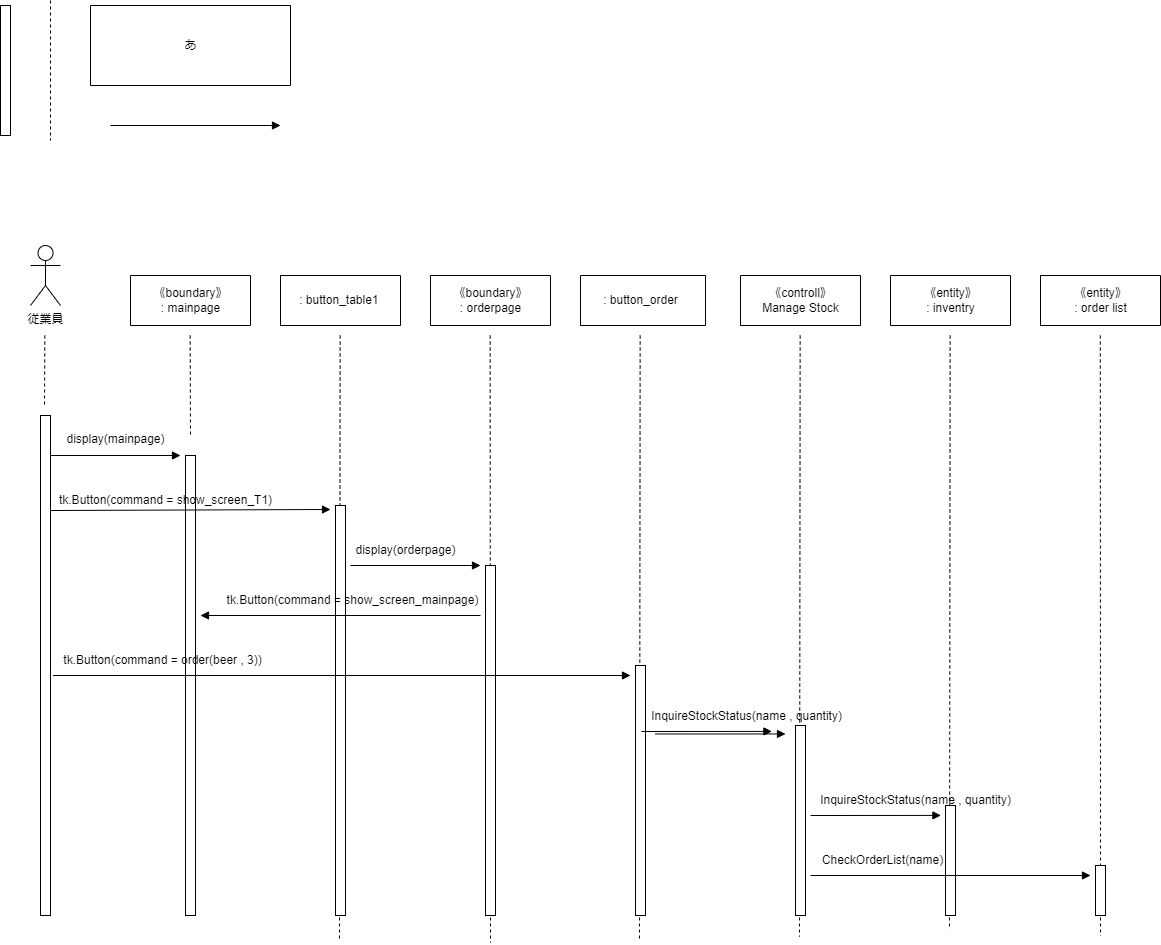
The draw.io diagram psp4/シーケンス図/シーケンス図_オーダー.drawio.png in MasakiHiguchi/---, before a commit. Source tidied: cells renumbered, new cells last; positions are measured from the earlier drawing's top-left corner, leaving out a move shared by most shapes.
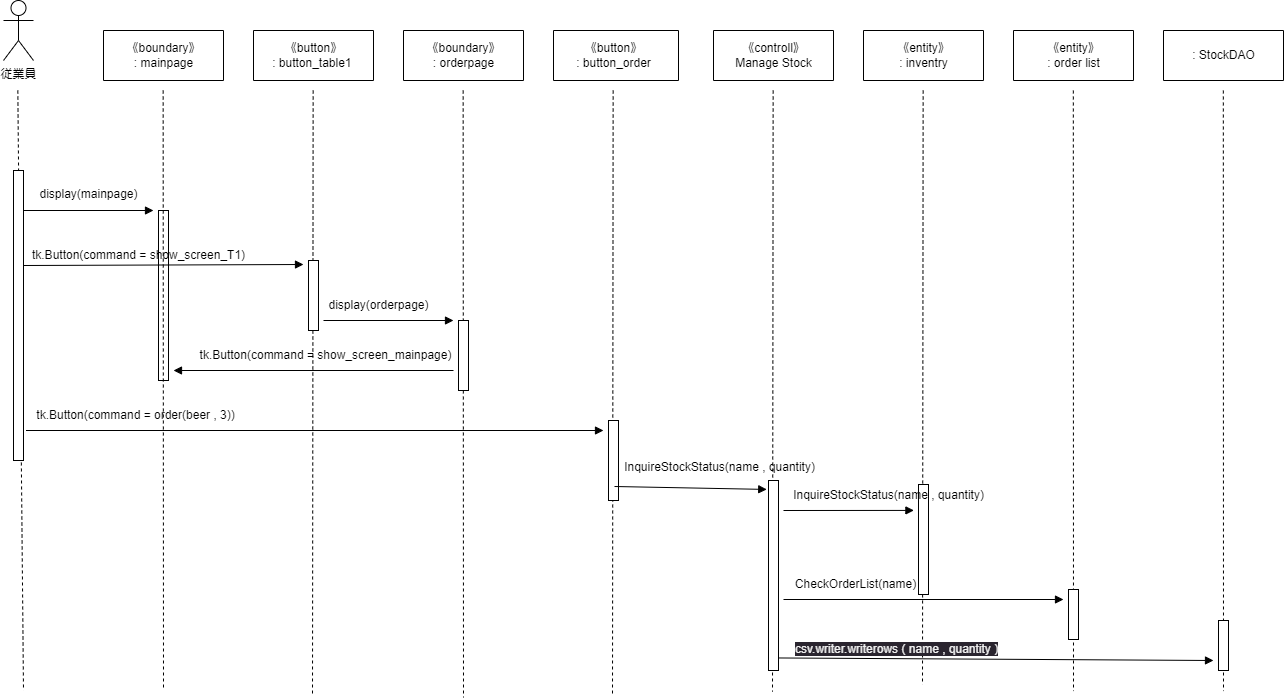
The same file after the commit.

Change to the diagram source:
```diff
@@ -2,38 +2,17 @@
   <root>
     <mxCell id="0" />
     <mxCell id="1" parent="0" />
-    <mxCell id="2" style="edgeStyle=none;html=1;endArrow=none;endFill=0;dashed=1;" parent="1" edge="1">
-      <mxGeometry relative="1" as="geometry">
-        <mxPoint x="50" as="sourcePoint" />
-        <mxPoint x="50" y="140" as="targetPoint" />
-      </mxGeometry>
-    </mxCell>
-    <mxCell id="3" style="edgeStyle=none;html=1;endArrow=block;endFill=1;" parent="1" edge="1">
-      <mxGeometry relative="1" as="geometry">
-        <mxPoint x="110" y="125" as="sourcePoint" />
-        <mxPoint x="280" y="125" as="targetPoint" />
-      </mxGeometry>
-    </mxCell>
-    <mxCell id="4" style="rounded=0;whiteSpace=wrap;html=1;" parent="1" vertex="1">
-      <mxGeometry y="5" width="10" height="130" as="geometry" />
-    </mxCell>
     <mxCell id="5" value="従業員" style="shape=umlActor;verticalLabelPosition=bottom;verticalAlign=top;html=1;" parent="1" vertex="1">
       <mxGeometry x="30" y="245" width="30" height="60" as="geometry" />
     </mxCell>
-    <mxCell id="6" style="swimlane;startSize=0;" parent="1" vertex="1">
-      <mxGeometry x="90" y="5" width="200" height="80" as="geometry" />
-    </mxCell>
-    <mxCell id="7" value="あ" style="text;html=1;align=center;verticalAlign=middle;strokeColor=none;fillColor=none;" parent="6" vertex="1">
-      <mxGeometry x="80" y="25" width="40" height="30" as="geometry" />
-    </mxCell>
     <mxCell id="8" style="edgeStyle=none;html=1;endArrow=none;endFill=0;dashed=1;" parent="1" edge="1">
       <mxGeometry relative="1" as="geometry">
         <mxPoint x="44.3" y="335" as="sourcePoint" />
-        <mxPoint x="44" y="405" as="targetPoint" />
+        <mxPoint x="50" y="935" as="targetPoint" />
       </mxGeometry>
     </mxCell>
     <mxCell id="9" style="rounded=0;whiteSpace=wrap;html=1;" parent="1" vertex="1">
-      <mxGeometry x="40" y="415" width="10" height="500" as="geometry" />
+      <mxGeometry x="40" y="415" width="10" height="290" as="geometry" />
     </mxCell>
     <mxCell id="10" style="swimlane;startSize=0;" parent="1" vertex="1">
       <mxGeometry x="130" y="275" width="120" height="50" as="geometry" />
@@ -48,12 +27,12 @@
       </mxGeometry>
     </mxCell>
     <mxCell id="13" style="rounded=0;whiteSpace=wrap;html=1;" parent="1" vertex="1">
-      <mxGeometry x="185" y="455" width="10" height="460" as="geometry" />
+      <mxGeometry x="185" y="455" width="10" height="170" as="geometry" />
     </mxCell>
     <mxCell id="14" style="edgeStyle=none;html=1;endArrow=none;endFill=0;dashed=1;" parent="1" edge="1">
       <mxGeometry relative="1" as="geometry">
         <mxPoint x="189.7" y="335" as="sourcePoint" />
-        <mxPoint x="190" y="435" as="targetPoint" />
+        <mxPoint x="190" y="935" as="targetPoint" />
       </mxGeometry>
     </mxCell>
     <mxCell id="15" style="swimlane;startSize=0;" parent="1" vertex="1">
@@ -69,13 +48,13 @@
       </mxGeometry>
     </mxCell>
     <mxCell id="18" style="rounded=0;whiteSpace=wrap;html=1;" parent="1" vertex="1">
-      <mxGeometry x="335" y="505" width="10" height="410" as="geometry" />
+      <mxGeometry x="335" y="505" width="10" height="70" as="geometry" />
     </mxCell>
     <mxCell id="19" style="swimlane;startSize=0;" parent="1" vertex="1">
       <mxGeometry x="280" y="275" width="120" height="50" as="geometry" />
     </mxCell>
-    <mxCell id="20" value=": button_table1&amp;nbsp;" style="text;html=1;align=center;verticalAlign=middle;strokeColor=none;fillColor=none;" parent="19" vertex="1">
-      <mxGeometry x="5" y="10" width="110" height="30" as="geometry" />
+    <mxCell id="20" value="《button》&lt;br&gt;: button_table1&amp;nbsp;" style="text;html=1;align=center;verticalAlign=middle;strokeColor=none;fillColor=none;" parent="19" vertex="1">
+      <mxGeometry x="5" y="5" width="110" height="40" as="geometry" />
     </mxCell>
     <mxCell id="21" style="edgeStyle=none;html=1;endArrow=none;endFill=0;dashed=1;" parent="1" edge="1">
       <mxGeometry relative="1" as="geometry">
@@ -84,7 +63,7 @@
       </mxGeometry>
     </mxCell>
     <mxCell id="22" style="rounded=0;whiteSpace=wrap;html=1;" parent="1" vertex="1">
-      <mxGeometry x="485" y="565" width="10" height="350" as="geometry" />
+      <mxGeometry x="485" y="565" width="10" height="70" as="geometry" />
     </mxCell>
     <mxCell id="23" value="display(mainpage)" style="text;html=1;align=center;verticalAlign=middle;strokeColor=none;fillColor=none;" parent="1" vertex="1">
       <mxGeometry x="55" y="424" width="120" height="30" as="geometry" />
@@ -132,7 +111,7 @@
       </mxGeometry>
     </mxCell>
     <mxCell id="34" style="rounded=0;whiteSpace=wrap;html=1;" parent="1" vertex="1">
-      <mxGeometry x="945" y="805" width="10" height="110" as="geometry" />
+      <mxGeometry x="945" y="729" width="10" height="110" as="geometry" />
     </mxCell>
     <mxCell id="35" style="edgeStyle=none;html=1;endArrow=none;endFill=0;dashed=1;" parent="1" edge="1">
       <mxGeometry relative="1" as="geometry">
@@ -141,7 +120,7 @@
       </mxGeometry>
     </mxCell>
     <mxCell id="36" style="rounded=0;whiteSpace=wrap;html=1;" parent="1" vertex="1">
-      <mxGeometry x="1095" y="865" width="10" height="50" as="geometry" />
+      <mxGeometry x="1095" y="834" width="10" height="50" as="geometry" />
     </mxCell>
     <mxCell id="37" style="swimlane;startSize=0;" parent="1" vertex="1">
       <mxGeometry x="890" y="275" width="120" height="50" as="geometry" />
@@ -172,17 +151,17 @@
     </mxCell>
     <mxCell id="44" style="edgeStyle=none;html=1;endArrow=block;endFill=1;entryX=0.621;entryY=0.997;entryDx=0;entryDy=0;entryPerimeter=0;" parent="1" edge="1" target="45">
       <mxGeometry relative="1" as="geometry">
-        <mxPoint x="810" y="815" as="sourcePoint" />
+        <mxPoint x="810" y="755" as="sourcePoint" />
       </mxGeometry>
     </mxCell>
     <mxCell id="45" value="InquireStockStatus(name , quantity)" style="text;html=1;align=center;verticalAlign=middle;points=[];strokeColor=none;fillColor=none;" parent="1" vertex="1">
-      <mxGeometry x="810" y="785" width="210" height="30" as="geometry" />
+      <mxGeometry x="810" y="725" width="210" height="30" as="geometry" />
     </mxCell>
     <mxCell id="46" style="swimlane;startSize=0;" parent="1" vertex="1">
       <mxGeometry x="580" y="275" width="125" height="50" as="geometry" />
     </mxCell>
-    <mxCell id="47" value=": button_order" style="text;html=1;align=center;verticalAlign=middle;strokeColor=none;fillColor=none;" parent="46" vertex="1">
-      <mxGeometry x="10" y="10" width="100" height="30" as="geometry" />
+    <mxCell id="47" value="《button》&lt;br&gt;: button_order" style="text;html=1;align=center;verticalAlign=middle;strokeColor=none;fillColor=none;" parent="46" vertex="1">
+      <mxGeometry x="10" y="5" width="100" height="40" as="geometry" />
     </mxCell>
     <mxCell id="48" style="edgeStyle=none;html=1;endArrow=none;endFill=0;dashed=1;" parent="1" edge="1">
       <mxGeometry relative="1" as="geometry">
@@ -191,30 +170,47 @@
       </mxGeometry>
     </mxCell>
     <mxCell id="49" style="rounded=0;whiteSpace=wrap;html=1;" parent="1" vertex="1">
-      <mxGeometry x="635" y="665" width="10" height="250" as="geometry" />
+      <mxGeometry x="635" y="665" width="10" height="80" as="geometry" />
     </mxCell>
-    <mxCell id="50" style="edgeStyle=none;html=1;endArrow=block;endFill=1;" parent="1" edge="1">
-      <mxGeometry relative="1" as="geometry">
-        <mxPoint x="655" y="733.5" as="sourcePoint" />
-        <mxPoint x="785" y="733.5" as="targetPoint" />
-      </mxGeometry>
-    </mxCell>
     <mxCell id="51" style="edgeStyle=none;html=1;endArrow=block;endFill=1;" parent="1" edge="1">
       <mxGeometry relative="1" as="geometry">
-        <mxPoint x="810" y="875" as="sourcePoint" />
-        <mxPoint x="1090" y="875" as="targetPoint" />
+        <mxPoint x="810" y="844" as="sourcePoint" />
+        <mxPoint x="1090" y="844" as="targetPoint" />
       </mxGeometry>
     </mxCell>
     <mxCell id="52" value="CheckOrderList(name)" style="text;html=1;align=center;verticalAlign=middle;strokeColor=none;fillColor=none;" parent="1" vertex="1">
-      <mxGeometry x="812" y="845" width="140" height="30" as="geometry" />
+      <mxGeometry x="812" y="814" width="140" height="30" as="geometry" />
     </mxCell>
-    <mxCell id="53" style="edgeStyle=none;html=1;endArrow=block;endFill=1;entryX=0.621;entryY=0.997;entryDx=0;entryDy=0;entryPerimeter=0;" parent="1" edge="1" target="54">
+    <mxCell id="53" style="edgeStyle=none;html=1;endArrow=block;endFill=1;entryX=-0.177;entryY=0.047;entryDx=0;entryDy=0;entryPerimeter=0;" parent="1" edge="1" target="30">
       <mxGeometry relative="1" as="geometry">
         <mxPoint x="641" y="731" as="sourcePoint" />
       </mxGeometry>
     </mxCell>
     <mxCell id="54" value="InquireStockStatus(name , quantity)" style="text;html=1;align=center;verticalAlign=middle;points=[];strokeColor=none;fillColor=none;" parent="1" vertex="1">
-      <mxGeometry x="641" y="701" width="210" height="30" as="geometry" />
+      <mxGeometry x="641" y="697" width="210" height="30" as="geometry" />
     </mxCell>
+    <mxCell id="55" style="swimlane;startSize=0;" parent="1" vertex="1">
+      <mxGeometry x="1190" y="275" width="120" height="50" as="geometry" />
+    </mxCell>
+    <mxCell id="56" value=": StockDAO" style="text;html=1;align=center;verticalAlign=middle;strokeColor=none;fillColor=none;" parent="55" vertex="1">
+      <mxGeometry x="15" y="10" width="90" height="30" as="geometry" />
+    </mxCell>
+    <mxCell id="57" style="edgeStyle=none;html=1;endArrow=none;endFill=0;dashed=1;" parent="1" edge="1">
+      <mxGeometry relative="1" as="geometry">
+        <mxPoint x="1249.8" y="335" as="sourcePoint" />
+        <mxPoint x="1250" y="935.6" as="targetPoint" />
+      </mxGeometry>
+    </mxCell>
+    <mxCell id="58" style="rounded=0;whiteSpace=wrap;html=1;" parent="1" vertex="1">
+      <mxGeometry x="1245" y="865" width="10" height="50" as="geometry" />
+    </mxCell>
+    <mxCell id="59" style="edgeStyle=none;html=1;endArrow=block;endFill=1;exitX=0.962;exitY=0.934;exitDx=0;exitDy=0;exitPerimeter=0;" parent="1" edge="1" source="30">
+      <mxGeometry relative="1" as="geometry">
+        <mxPoint x="1240" y="905" as="targetPoint" />
+      </mxGeometry>
+    </mxCell>
+    <mxCell id="60" value="&lt;span style=&quot;color: rgb(240, 240, 240); font-family: Helvetica; font-size: 12px; font-style: normal; font-variant-ligatures: normal; font-variant-caps: normal; font-weight: 400; letter-spacing: normal; orphans: 2; text-align: left; text-indent: 0px; text-transform: none; widows: 2; word-spacing: 0px; -webkit-text-stroke-width: 0px; background-color: rgb(42, 37, 47); text-decoration-thickness: initial; text-decoration-style: initial; text-decoration-color: initial; float: none; display: inline !important;&quot;&gt;csv.writer.writerows ( name , quantity )&lt;/span&gt;" style="text;whiteSpace=wrap;html=1;" parent="1" vertex="1">
+      <mxGeometry x="820" y="880" width="240" height="20" as="geometry" />
+    </mxCell>
   </root>
 </mxGraphModel>
```
